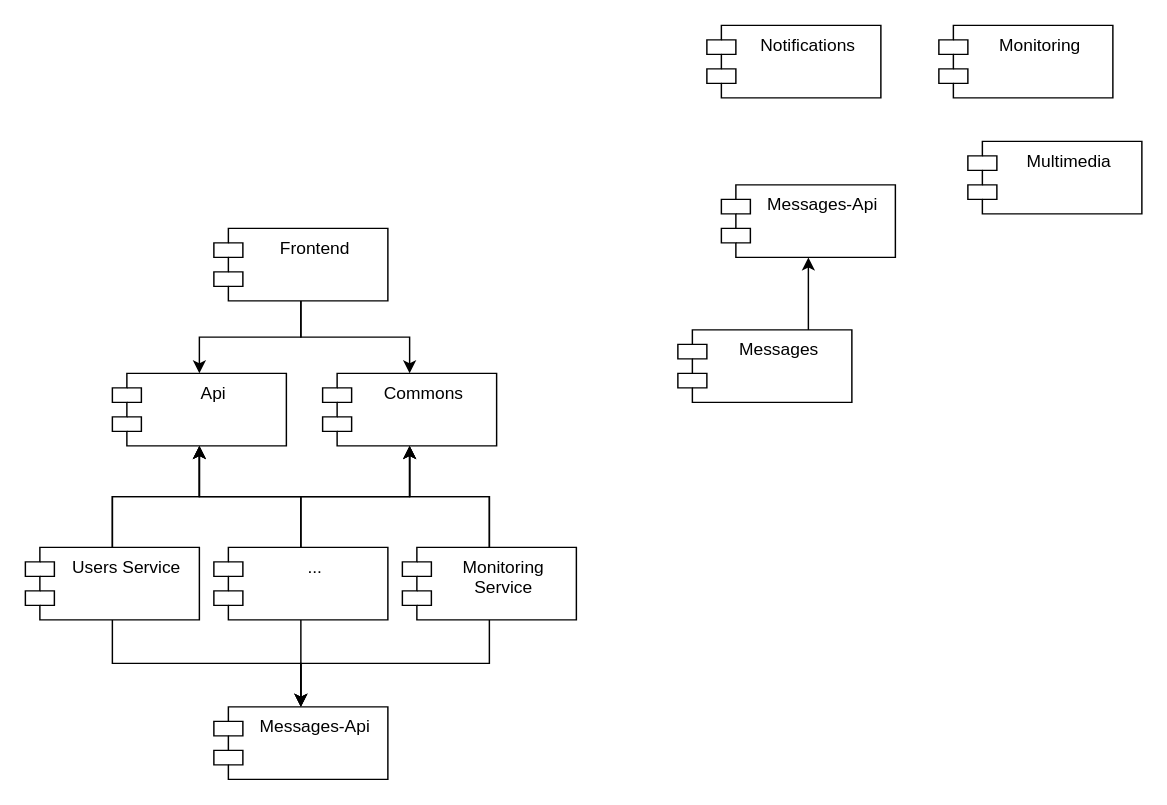
zucchero-sintattico/piperchat keeps this draw.io diagram as page "Modules" (6 of 7) of resources/piperchat.drawio. Above is the earlier version. Source tidied: cells renumbered, new cells numbered last; positions are measured from the earlier drawing's top-left corner, leaving out a move shared by most shapes. Both pictures are drawn from the tidied source at 145%, with x=0, y=0 at pixel (25, 25).
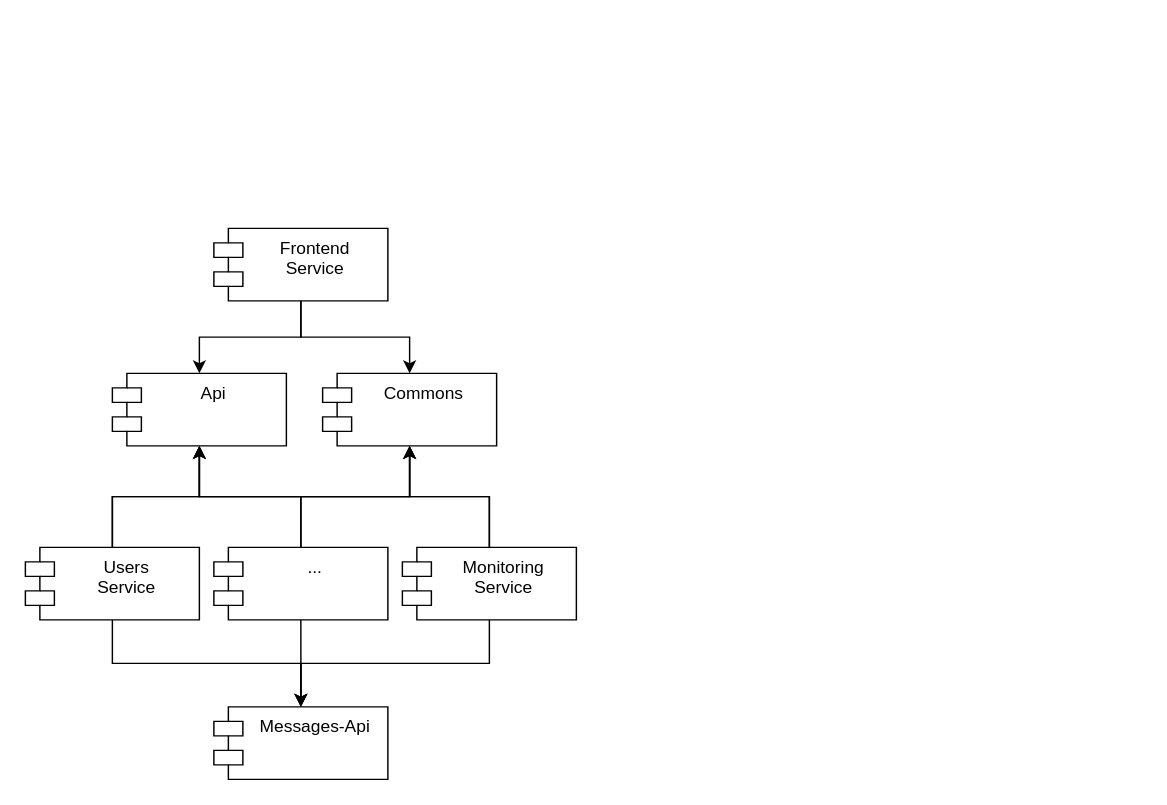
The same page after the edit.

Diff of the diagram source:
```diff
@@
-    <mxCell id="3" value="Messages-Api" style="shape=module;align=left;spacingLeft=20;align=center;verticalAlign=top;whiteSpace=wrap;html=1;" parent="1" vertex="1">
-      <mxGeometry x="480" y="110" width="120" height="50" as="geometry" />
-    </mxCell>
@@
-    <mxCell id="7" value="Frontend" style="shape=module;align=left;spacingLeft=20;align=center;verticalAlign=top;whiteSpace=wrap;html=1;" parent="1" vertex="1">
+    <mxCell id="7" value="Frontend&lt;br&gt;Service" style="shape=module;align=left;spacingLeft=20;align=center;verticalAlign=top;whiteSpace=wrap;html=1;" parent="1" vertex="1">
       <mxGeometry x="130" y="140" width="120" height="50" as="geometry" />
     </mxCell>
-    <mxCell id="8" style="edgeStyle=orthogonalEdgeStyle;rounded=0;jettySize=auto;html=1;exitX=0.75;exitY=0;exitDx=0;exitDy=0;entryX=0.5;entryY=1;entryDx=0;entryDy=0;" parent="1" edge="1" source="9" target="3">
-      <mxGeometry relative="1" as="geometry" />
-    </mxCell>
-    <mxCell id="9" value="Messages" style="shape=module;align=left;spacingLeft=20;align=center;verticalAlign=top;whiteSpace=wrap;html=1;" parent="1" vertex="1">
-      <mxGeometry x="450" y="210" width="120" height="50" as="geometry" />
-    </mxCell>
-    <mxCell id="10" value="Notifications" style="shape=module;align=left;spacingLeft=20;align=center;verticalAlign=top;whiteSpace=wrap;html=1;" parent="1" vertex="1">
-      <mxGeometry x="470" width="120" height="50" as="geometry" />
-    </mxCell>
-    <mxCell id="11" value="Monitoring" style="shape=module;align=left;spacingLeft=20;align=center;verticalAlign=top;whiteSpace=wrap;html=1;" parent="1" vertex="1">
-      <mxGeometry x="630" width="120" height="50" as="geometry" />
-    </mxCell>
-    <mxCell id="12" value="Multimedia" style="shape=module;align=left;spacingLeft=20;align=center;verticalAlign=top;whiteSpace=wrap;html=1;" parent="1" vertex="1">
-      <mxGeometry x="650" y="80" width="120" height="50" as="geometry" />
-    </mxCell>
@@
-    <mxCell id="16" value="Users Service" style="shape=module;align=left;spacingLeft=20;align=center;verticalAlign=top;whiteSpace=wrap;html=1;" parent="1" vertex="1">
+    <mxCell id="16" value="Users&lt;br&gt;Service" style="shape=module;align=left;spacingLeft=20;align=center;verticalAlign=top;whiteSpace=wrap;html=1;" parent="1" vertex="1">
       <mxGeometry y="360" width="120" height="50" as="geometry" />
     </mxCell>
```
